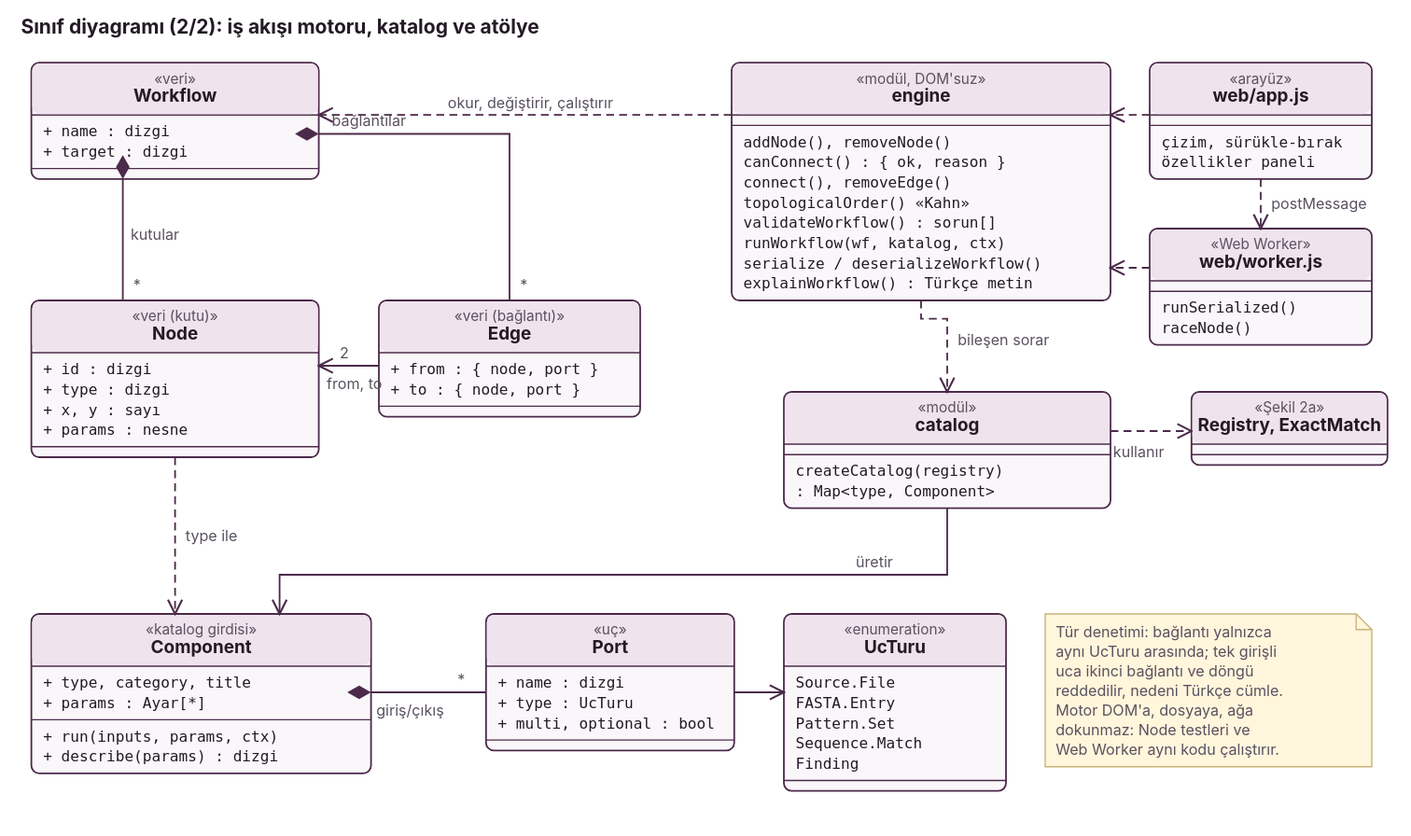
The PlantUML diagram docs/uml/svg/2b_sinif_is_akisi.svg in Baki-B/YZM327-Odev-3, before a commit. Its source is kept beside it as docs/uml/2b_sinif_is_akisi.puml. Its diagram source:
```plantuml
@startuml 2b_sinif_is_akisi
!include _stil.iuml
title Sınıf diyagramı (2/2): iş akışı motoru, katalog ve atölye
class Workflow <<veri>> {
  + name : dizgi
  + target : dizgi
}
class Node <<veri (kutu)>> {
  + id, type : dizgi
  + x, y : sayı
  + params : nesne
}
class Edge <<veri (bağlantı)>> {
  + from : { node, port }
  + to : { node, port }
}
class Component <<katalog girdisi>> {
  + type, category, title
  + run(inputs, params, ctx)
  + describe(params) : dizgi
}
class Port <<uç>> {
  + name : dizgi
  + type : UcTuru
  + multi, optional : bool
}
enum UcTuru {
  Source.File
  FASTA.Entry
  Pattern.Set
  Sequence.Match
  Finding
}
class engine <<modül, DOM'suz>> {
  addNode(), removeNode()
  canConnect() : { ok, reason }
  connect(), removeEdge()
  topologicalOrder() «Kahn»
  validateWorkflow() : sorun[]
  runWorkflow(wf, katalog, ctx)
  serialize / deserializeWorkflow()
  explainWorkflow() : Türkçe metin
}
class catalog <<modül>> {
  createCatalog(registry) : Map<type, Component>
}
class "web/app.js" as UI <<arayüz>>
class "web/worker.js" as W <<Web Worker>>
Workflow *-- "*" Node : kutular
Workflow *-- "*" Edge : bağlantılar
Edge --> "2" Node : from, to
Node ..> Component : type ile
Component *-- "*" Port : giriş/çıkış
Port --> UcTuru
engine ..> Workflow : okur, değiştirir, çalıştırır
engine ..> catalog : bileşen sorar
catalog --> Component : üretir
UI ..> engine
W ..> engine
UI ..> W : postMessage
@enduml
```
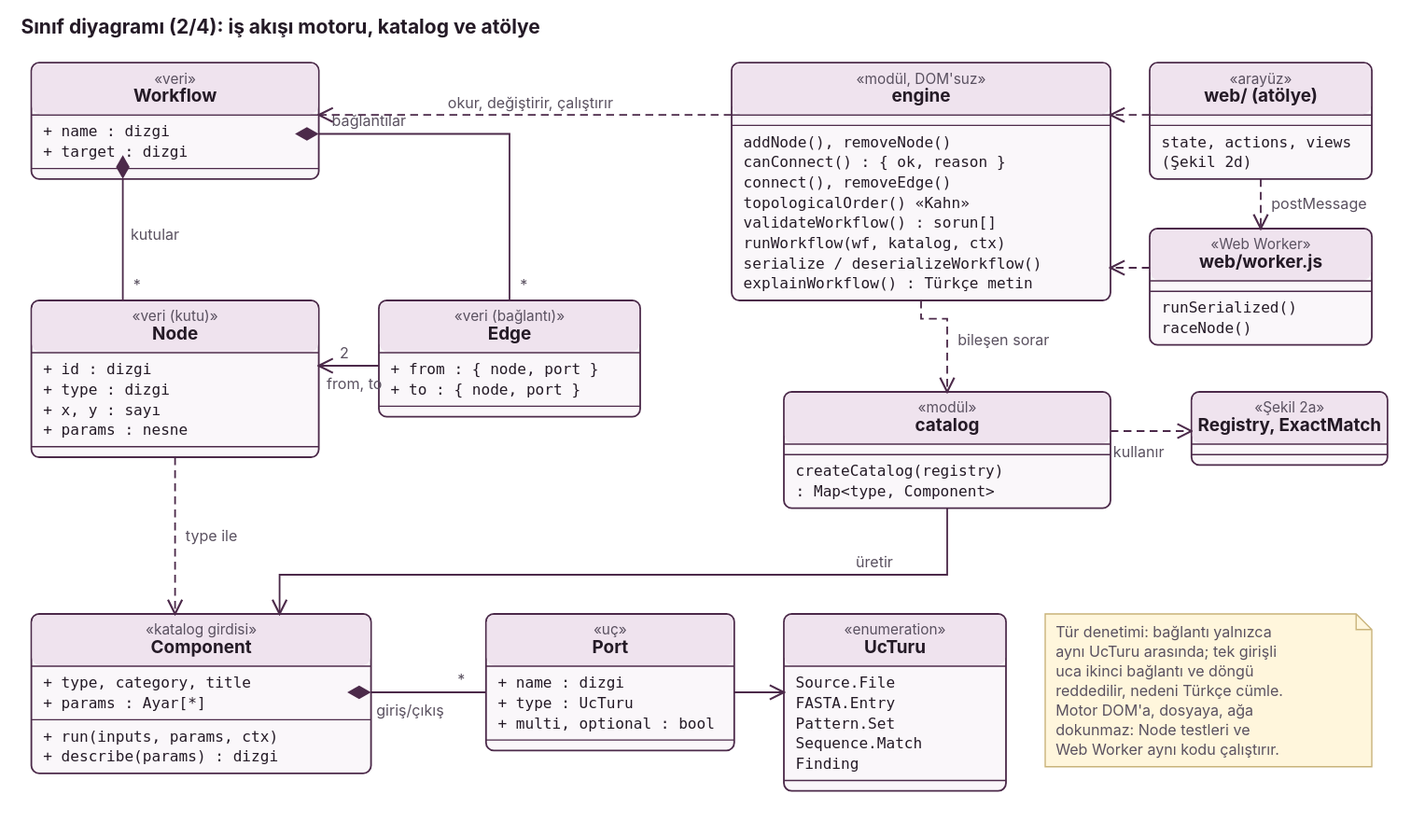
Above is the later version.

The edit, as a diff of the source:
```diff
@@ -44,7 +44,7 @@
 class catalog <<modül>> {
   createCatalog(registry) : Map<type, Component>
 }
-class "web/app.js" as UI <<arayüz>>
+class "web/ (atölye: state, actions, views; Şekil 2d)" as UI <<arayüz>>
 class "web/worker.js" as W <<Web Worker>>
 Workflow *-- "*" Node : kutular
 Workflow *-- "*" Edge : bağlantılar
```
